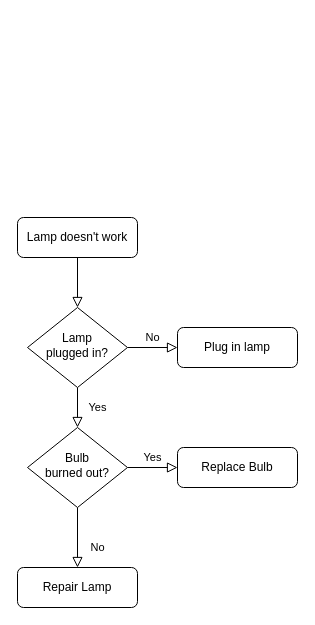
Above: ai_compitation.drawio in chbambooshoot/digram (draw.io), before the change. Source tidied: cells renumbered, new cells numbered last; positions are measured from the earlier drawing's top-left corner, leaving out a move shared by most shapes. Both pictures are drawn from the tidied source at 100%, with x=0, y=0 at pixel (17, 217).
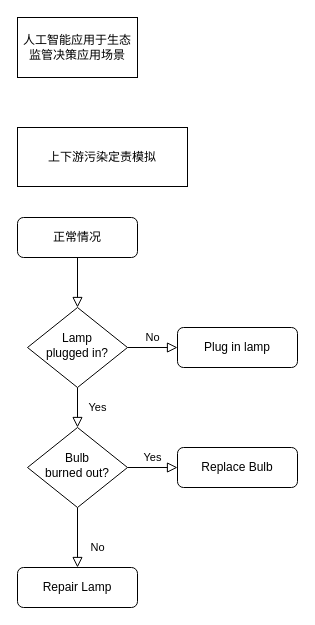
After the change.

Change to the diagram source:
```diff
@@
 <mxGraphModel>
   <root>
     <mxCell id="0" />
     <mxCell id="1" parent="0" />
     <mxCell id="2" style="rounded=0;html=1;jettySize=auto;fontSize=11;endArrow=block;endFill=0;endSize=8;strokeWidth=1;shadow=0;labelBackgroundColor=none;edgeStyle=orthogonalEdgeStyle;" parent="1" edge="1" source="3" target="6">
       <mxGeometry relative="1" as="geometry" />
     </mxCell>
-    <mxCell id="3" value="Lamp doesn't work" style="rounded=1;whiteSpace=wrap;html=1;fontSize=12;glass=0;strokeWidth=1;shadow=0;" parent="1" vertex="1">
+    <mxCell id="3" value="正常情况" style="rounded=1;whiteSpace=wrap;html=1;fontSize=12;glass=0;strokeWidth=1;shadow=0;" parent="1" vertex="1">
       <mxGeometry width="120" height="40" as="geometry" />
     </mxCell>
     <mxCell id="4" value="Yes" style="rounded=0;html=1;jettySize=auto;fontSize=11;endArrow=block;endFill=0;endSize=8;strokeWidth=1;shadow=0;labelBackgroundColor=none;edgeStyle=orthogonalEdgeStyle;" parent="1" edge="1" source="6" target="10">
       <mxGeometry y="20" relative="1" as="geometry" />
     </mxCell>
     <mxCell id="5" value="No" style="edgeStyle=orthogonalEdgeStyle;rounded=0;html=1;jettySize=auto;fontSize=11;endArrow=block;endFill=0;endSize=8;strokeWidth=1;shadow=0;labelBackgroundColor=none;" parent="1" edge="1" source="6" target="7">
       <mxGeometry y="10" relative="1" as="geometry" />
     </mxCell>
     <mxCell id="6" value="Lamp&lt;br&gt;plugged in?" style="rhombus;whiteSpace=wrap;html=1;shadow=0;fontFamily=Helvetica;fontSize=12;align=center;strokeWidth=1;spacing=6;spacingTop=-4;" parent="1" vertex="1">
       <mxGeometry x="10" y="90" width="100" height="80" as="geometry" />
     </mxCell>
     <mxCell id="7" value="Plug in lamp" style="rounded=1;whiteSpace=wrap;html=1;fontSize=12;glass=0;strokeWidth=1;shadow=0;" parent="1" vertex="1">
       <mxGeometry x="160" y="110" width="120" height="40" as="geometry" />
     </mxCell>
     <mxCell id="8" value="No" style="rounded=0;html=1;jettySize=auto;fontSize=11;endArrow=block;endFill=0;endSize=8;strokeWidth=1;shadow=0;labelBackgroundColor=none;edgeStyle=orthogonalEdgeStyle;" parent="1" edge="1" source="10" target="11">
       <mxGeometry x="0.33" y="20" relative="1" as="geometry" />
     </mxCell>
     <mxCell id="9" value="Yes" style="edgeStyle=orthogonalEdgeStyle;rounded=0;html=1;jettySize=auto;fontSize=11;endArrow=block;endFill=0;endSize=8;strokeWidth=1;shadow=0;labelBackgroundColor=none;" parent="1" edge="1" source="10" target="12">
       <mxGeometry y="10" relative="1" as="geometry" />
     </mxCell>
     <mxCell id="10" value="Bulb&lt;br&gt;burned out?" style="rhombus;whiteSpace=wrap;html=1;shadow=0;fontFamily=Helvetica;fontSize=12;align=center;strokeWidth=1;spacing=6;spacingTop=-4;" parent="1" vertex="1">
       <mxGeometry x="10" y="210" width="100" height="80" as="geometry" />
     </mxCell>
     <mxCell id="11" value="Repair Lamp" style="rounded=1;whiteSpace=wrap;html=1;fontSize=12;glass=0;strokeWidth=1;shadow=0;" parent="1" vertex="1">
       <mxGeometry y="350" width="120" height="40" as="geometry" />
     </mxCell>
     <mxCell id="12" value="Replace Bulb" style="rounded=1;whiteSpace=wrap;html=1;fontSize=12;glass=0;strokeWidth=1;shadow=0;" parent="1" vertex="1">
       <mxGeometry x="160" y="230" width="120" height="40" as="geometry" />
     </mxCell>
+    <mxCell id="13" value="上下游污染定责模拟" style="rounded=0;whiteSpace=wrap;html=1;" parent="1" vertex="1">
+      <mxGeometry y="-90" width="170" height="59" as="geometry" />
+    </mxCell>
+    <mxCell id="14" value="人工智能应用于生态监管决策应用场景" style="rounded=0;whiteSpace=wrap;html=1;" parent="1" vertex="1">
+      <mxGeometry y="-200" width="120" height="60" as="geometry" />
+    </mxCell>
   </root>
 </mxGraphModel>
```
